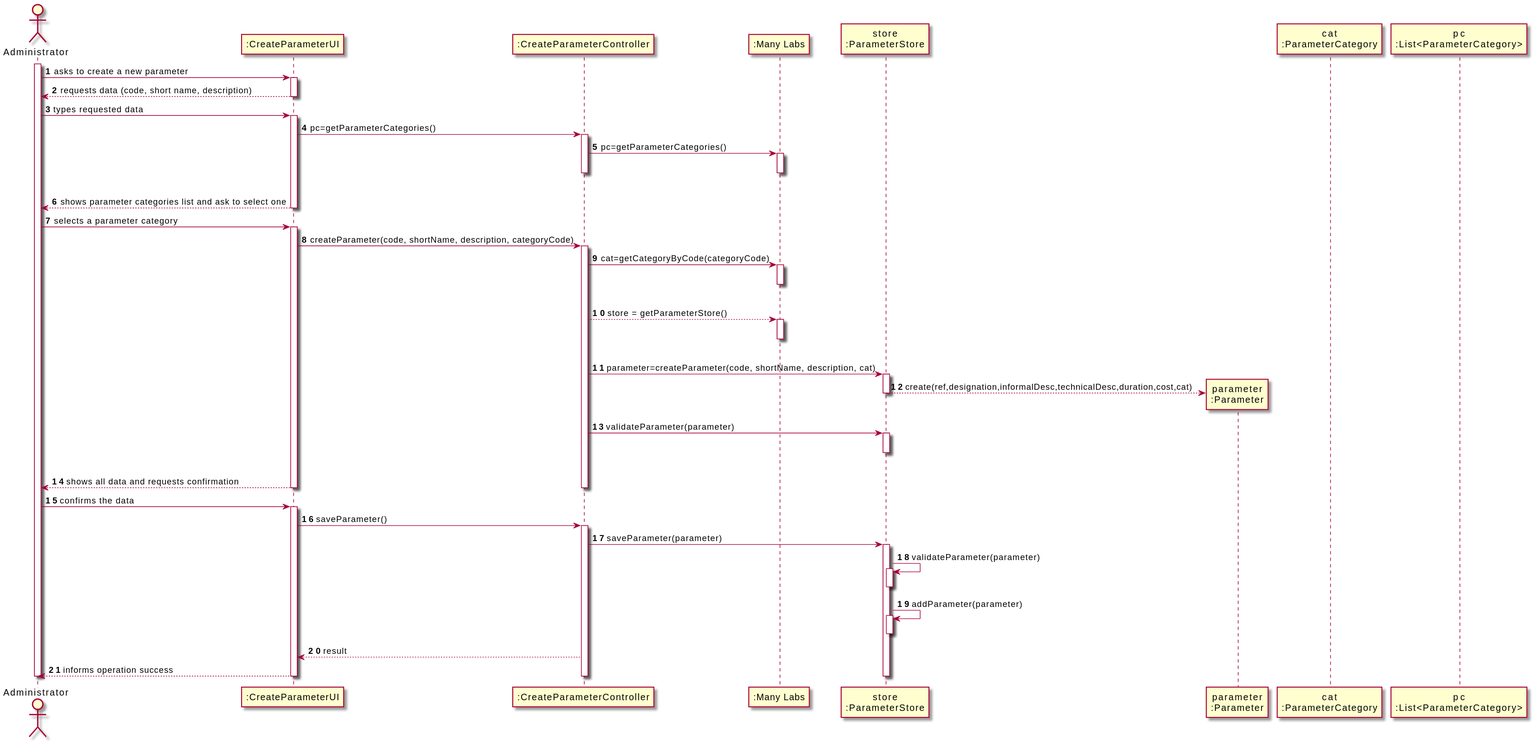
Before: docs/SprintB/Us10_CreateParameter/US10_SD.svg, a diagram exported from PlantUML (Pedromaia26/LAPR2-ISEP). Source of this version:
```plantuml
@startuml
autonumber
actor "Administrator" as ADM

participant ":CreateParameterUI" as UI
participant ":CreateParameterController" as CTRL
participant ":Many Labs" as ML
participant "store\n:ParameterStore" as STORE
participant "parameter\n:Parameter" as PARAMETER
participant "cat\n:ParameterCategory" as CAT
participant "pc\n:List<ParameterCategory>" as LIST_CAT

activate ADM
ADM -> UI : asks to create a new parameter
activate UI
UI --> ADM : requests data (code, short name, description)
deactivate UI

ADM -> UI : types requested data
activate UI

UI -> CTRL : pc=getParameterCategories()
activate CTRL

CTRL -> ML : pc=getParameterCategories()
activate ML
|||
deactivate ML
deactivate CTRL

UI --> ADM : shows parameter categories list and ask to select one
deactivate ML
deactivate UI

ADM -> UI : selects a parameter category
activate UI

UI -> CTRL : createParameter(code, shortName, description, categoryCode)
activate CTRL

CTRL -> ML : cat=getCategoryByCode(categoryCode)
activate ML
|||
deactivate ML

CTRL --> ML : store = getParameterStore()
activate ML
|||
deactivate ML


CTRL -> STORE: parameter=createParameter(code, shortName, description, cat)
activate STORE



STORE --> PARAMETER**: create(ref,designation,informalDesc,technicalDesc,duration,cost,cat)
deactivate STORE
CTRL -> STORE: validateParameter(parameter)
activate STORE
|||
deactivate STORE



UI --> ADM: shows all data and requests confirmation
deactivate CTRL
deactivate UI


ADM -> UI : confirms the data
activate UI
UI -> CTRL : saveParameter()
activate CTRL

CTRL -> STORE : saveParameter(parameter)
activate STORE

STORE -> STORE: validateParameter(parameter)
activate STORE
deactivate STORE
STORE -> STORE: addParameter(parameter)
activate STORE
deactivate STORE

CTRL --> UI: result

UI --> ADM : informs operation success
deactivate STORE
deactivate CTRL
deactivate UI

deactivate ADM
@enduml
```
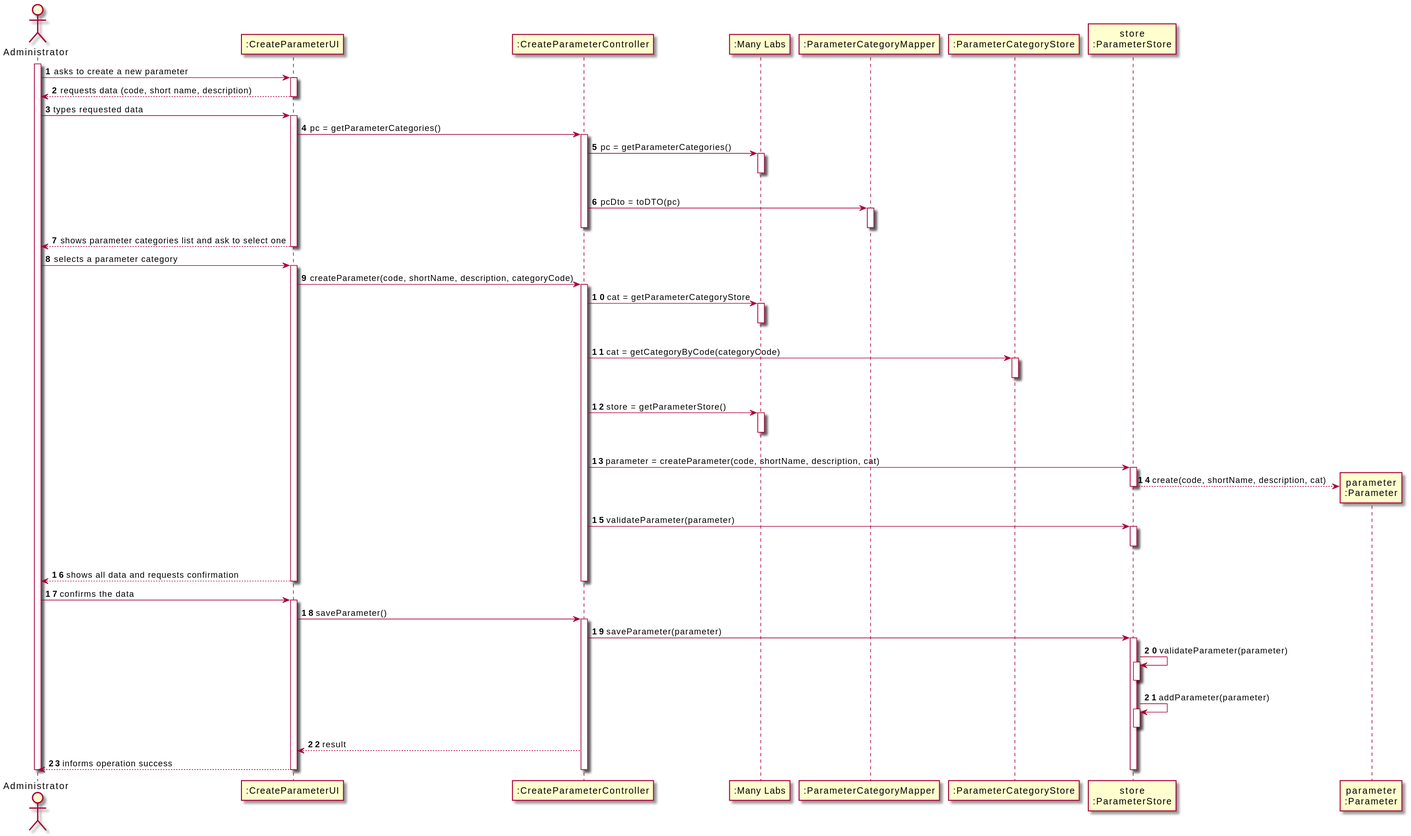
The same diagram one commit later.

Change to the diagram source:
```diff
@@ -5,10 +5,10 @@
 participant ":CreateParameterUI" as UI
 participant ":CreateParameterController" as CTRL
 participant ":Many Labs" as ML
-participant "store\n:ParameterStore" as STORE
+participant ":ParameterCategoryMapper" as MAPPER
+participant ":ParameterCategoryStore" as STORECAT
+participant "store\n:ParameterStore" as STOREPAR
 participant "parameter\n:Parameter" as PARAMETER
-participant "cat\n:ParameterCategory" as CAT
-participant "pc\n:List<ParameterCategory>" as LIST_CAT
 
 activate ADM
 ADM -> UI : asks to create a new parameter
@@ -19,13 +19,17 @@
 ADM -> UI : types requested data
 activate UI
 
-UI -> CTRL : pc=getParameterCategories()
+UI -> CTRL : pc = getParameterCategories()
 activate CTRL
 
-CTRL -> ML : pc=getParameterCategories()
+CTRL -> ML : pc = getParameterCategories()
 activate ML
 |||
 deactivate ML
+
+CTRL -> MAPPER : pcDto = toDTO(pc)
+activate MAPPER
+deactivate MAPPER
 deactivate CTRL
 
 UI --> ADM : shows parameter categories list and ask to select one
@@ -38,28 +42,33 @@
 UI -> CTRL : createParameter(code, shortName, description, categoryCode)
 activate CTRL
 
-CTRL -> ML : cat=getCategoryByCode(categoryCode)
+CTRL -> ML : cat = getParameterCategoryStore
 activate ML
 |||
 deactivate ML
 
-CTRL --> ML : store = getParameterStore()
+CTRL -> STORECAT : cat = getCategoryByCode(categoryCode)
+activate STORECAT
+|||
+deactivate STORECAT
+
+CTRL -> ML : store = getParameterStore()
 activate ML
 |||
 deactivate ML
 
 
-CTRL -> STORE: parameter=createParameter(code, shortName, description, cat)
-activate STORE
+CTRL -> STOREPAR: parameter = createParameter(code, shortName, description, cat)
+activate STOREPAR
 
 
 
-STORE --> PARAMETER**: create(ref,designation,informalDesc,technicalDesc,duration,cost,cat)
-deactivate STORE
-CTRL -> STORE: validateParameter(parameter)
-activate STORE
+STOREPAR --> PARAMETER**: create(code, shortName, description, cat)
+deactivate STOREPAR
+CTRL -> STOREPAR: validateParameter(parameter)
+activate STOREPAR
 |||
-deactivate STORE
+deactivate STOREPAR
 
 
 
@@ -73,20 +82,20 @@
 UI -> CTRL : saveParameter()
 activate CTRL
 
-CTRL -> STORE : saveParameter(parameter)
-activate STORE
+CTRL -> STOREPAR : saveParameter(parameter)
+activate STOREPAR
 
-STORE -> STORE: validateParameter(parameter)
-activate STORE
-deactivate STORE
-STORE -> STORE: addParameter(parameter)
-activate STORE
-deactivate STORE
+STOREPAR -> STOREPAR: validateParameter(parameter)
+activate STOREPAR
+deactivate STOREPAR
+STOREPAR -> STOREPAR: addParameter(parameter)
+activate STOREPAR
+deactivate STOREPAR
 
 CTRL --> UI: result
 
 UI --> ADM : informs operation success
-deactivate STORE
+deactivate STOREPAR
 deactivate CTRL
 deactivate UI
 
```
